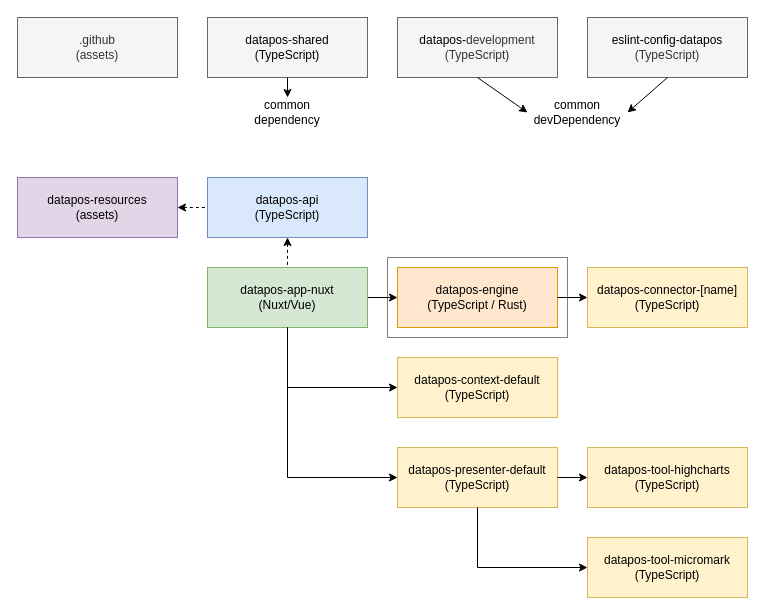
Above: Project Dependencies.drawio in data-positioning/.github (draw.io), before the change. Source tidied: cells renumbered, new cells numbered last; positions are measured from the earlier drawing's top-left corner, leaving out a move shared by most shapes. Both pictures are drawn from the tidied source at 100%, with x=0, y=0 at pixel (17, 17).
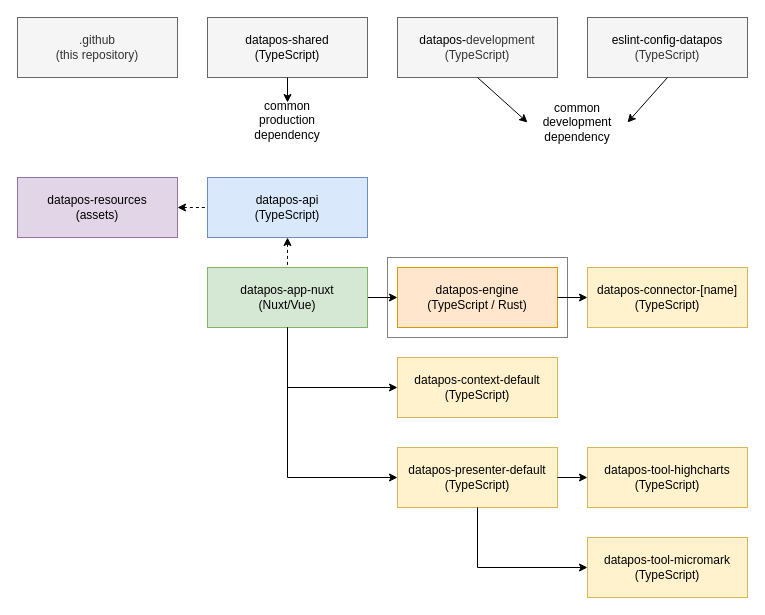
Above is the later version.

The edit, as a diff of the source:
```diff
@@
-    <mxCell id="13" value=".github&lt;br&gt;(assets)" style="rounded=0;whiteSpace=wrap;html=1;fillColor=#f5f5f5;fontColor=#333333;strokeColor=#666666;" parent="1" vertex="1">
+    <mxCell id="13" value=".github&lt;br&gt;(this repository)" style="rounded=0;whiteSpace=wrap;html=1;fillColor=#f5f5f5;fontColor=#333333;strokeColor=#666666;" parent="1" vertex="1">
       <mxGeometry width="160" height="60" as="geometry" />
     </mxCell>
@@
-    <mxCell id="24" value="common&lt;div&gt;dependency&lt;/div&gt;" style="text;html=1;align=center;verticalAlign=middle;whiteSpace=wrap;rounded=0;" parent="1" vertex="1">
-      <mxGeometry x="240" y="80" width="60" height="30" as="geometry" />
+    <mxCell id="24" value="common&lt;div&gt;&lt;font color=&quot;#000000&quot;&gt;production&lt;br&gt;&lt;/font&gt;&lt;div&gt;dependency&lt;/div&gt;&lt;/div&gt;" style="text;html=1;align=center;verticalAlign=middle;whiteSpace=wrap;rounded=0;" parent="1" vertex="1">
+      <mxGeometry x="240" y="85" width="60" height="35" as="geometry" />
     </mxCell>
-    <mxCell id="25" value="common&lt;div&gt;devDependency&lt;/div&gt;" style="text;html=1;align=center;verticalAlign=middle;whiteSpace=wrap;rounded=0;" parent="1" vertex="1">
-      <mxGeometry x="510" y="80" width="100" height="30" as="geometry" />
+    <mxCell id="25" value="common&lt;div&gt;development&lt;/div&gt;&lt;div&gt;dependency&lt;/div&gt;" style="text;html=1;align=center;verticalAlign=middle;whiteSpace=wrap;rounded=0;" parent="1" vertex="1">
+      <mxGeometry x="510" y="80" width="100" height="50" as="geometry" />
     </mxCell>
```
